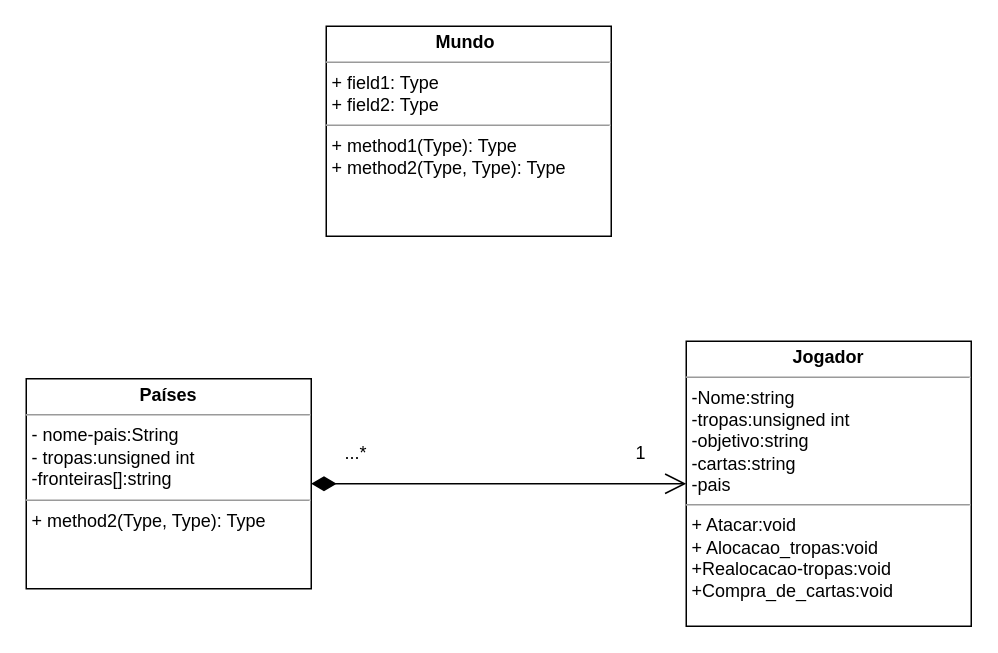
Above: Diagrama-do-Projeto.drawio in frankleitelemoscosta/War (draw.io), before the change. Source tidied: cells renumbered, new cells numbered last; positions are measured from the earlier drawing's top-left corner, leaving out a move shared by most shapes. Both pictures are drawn from the tidied source at 150%, with x=0, y=0 at pixel (26, 26).
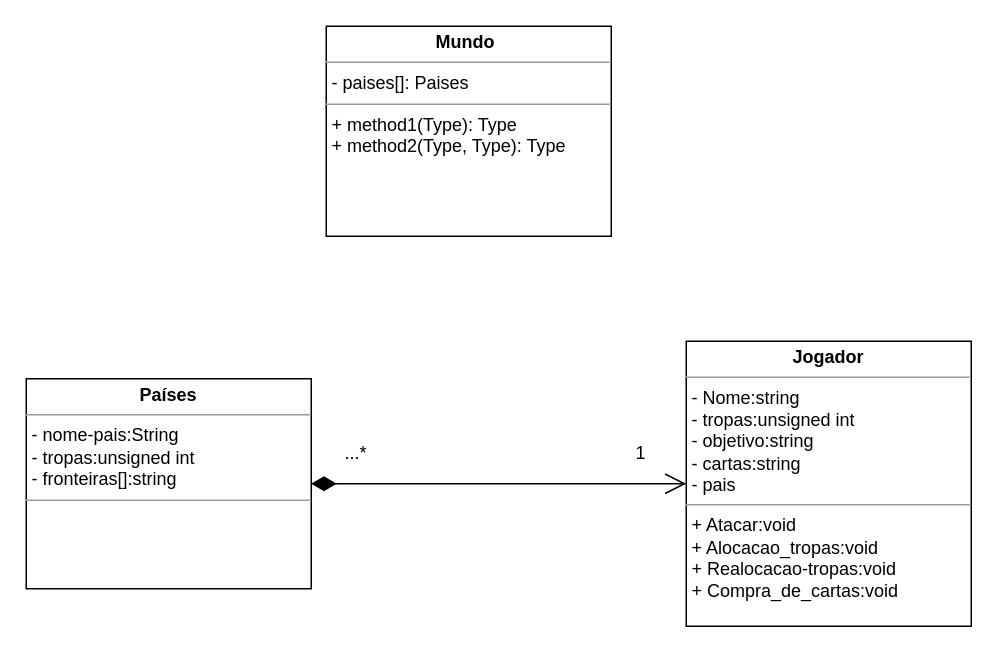
After the change.

Commit message (it also covers changes not shown here):
Adding the class jogador and class mundo in project

Change to the diagram source:
```diff
@@
 <mxGraphModel>
   <root>
     <mxCell id="0" />
     <mxCell id="1" parent="0" />
-    <mxCell id="2" value="&lt;p style=&quot;margin: 0px ; margin-top: 4px ; text-align: center&quot;&gt;&lt;b&gt;Países&lt;/b&gt;&lt;/p&gt;&lt;hr size=&quot;1&quot;&gt;&lt;p style=&quot;margin: 0px ; margin-left: 4px&quot;&gt;- nome-pais:String&lt;br&gt;- tropas:unsigned int&lt;/p&gt;&lt;p style=&quot;margin: 0px ; margin-left: 4px&quot;&gt;-fronteiras[]:string&lt;/p&gt;&lt;hr size=&quot;1&quot;&gt;&lt;p style=&quot;margin: 0px ; margin-left: 4px&quot;&gt;+ method2(Type, Type): Type&lt;/p&gt;" style="verticalAlign=top;align=left;overflow=fill;fontSize=12;fontFamily=Helvetica;html=1;" parent="1" vertex="1">
+    <mxCell id="2" value="&lt;p style=&quot;margin: 0px ; margin-top: 4px ; text-align: center&quot;&gt;&lt;b&gt;Países&lt;/b&gt;&lt;/p&gt;&lt;hr size=&quot;1&quot;&gt;&lt;p style=&quot;margin: 0px ; margin-left: 4px&quot;&gt;- nome-pais:String&lt;br&gt;- tropas:unsigned int&lt;/p&gt;&lt;p style=&quot;margin: 0px ; margin-left: 4px&quot;&gt;- fronteiras[]:string&lt;/p&gt;&lt;hr size=&quot;1&quot;&gt;&lt;p style=&quot;margin: 0px ; margin-left: 4px&quot;&gt;&lt;br&gt;&lt;/p&gt;" style="verticalAlign=top;align=left;overflow=fill;fontSize=12;fontFamily=Helvetica;html=1;" parent="1" vertex="1">
       <mxGeometry y="235" width="190" height="140" as="geometry" />
     </mxCell>
-    <mxCell id="3" value="&lt;p style=&quot;margin: 0px ; margin-top: 4px ; text-align: center&quot;&gt;&lt;b&gt;Jogador&lt;/b&gt;&lt;/p&gt;&lt;hr size=&quot;1&quot;&gt;&lt;p style=&quot;margin: 0px ; margin-left: 4px&quot;&gt;-Nome:string&lt;/p&gt;&lt;p style=&quot;margin: 0px ; margin-left: 4px&quot;&gt;-tropas:unsigned int&lt;/p&gt;&lt;p style=&quot;margin: 0px ; margin-left: 4px&quot;&gt;-objetivo:string&lt;/p&gt;&lt;p style=&quot;margin: 0px ; margin-left: 4px&quot;&gt;-cartas:string&lt;/p&gt;&lt;p style=&quot;margin: 0px ; margin-left: 4px&quot;&gt;-pais&lt;/p&gt;&lt;hr size=&quot;1&quot;&gt;&lt;p style=&quot;margin: 0px ; margin-left: 4px&quot;&gt;+ Atacar:void&lt;br&gt;+ Alocacao_tropas:void&lt;/p&gt;&lt;p style=&quot;margin: 0px ; margin-left: 4px&quot;&gt;+Realocacao-tropas:void&lt;/p&gt;&lt;p style=&quot;margin: 0px ; margin-left: 4px&quot;&gt;+Compra_de_cartas:void&lt;/p&gt;" style="verticalAlign=top;align=left;overflow=fill;fontSize=12;fontFamily=Helvetica;html=1;" parent="1" vertex="1">
+    <mxCell id="3" value="&lt;p style=&quot;margin: 0px ; margin-top: 4px ; text-align: center&quot;&gt;&lt;b&gt;Jogador&lt;/b&gt;&lt;/p&gt;&lt;hr size=&quot;1&quot;&gt;&lt;p style=&quot;margin: 0px ; margin-left: 4px&quot;&gt;- Nome:string&lt;/p&gt;&lt;p style=&quot;margin: 0px ; margin-left: 4px&quot;&gt;- tropas:unsigned int&lt;/p&gt;&lt;p style=&quot;margin: 0px ; margin-left: 4px&quot;&gt;- objetivo:string&lt;/p&gt;&lt;p style=&quot;margin: 0px ; margin-left: 4px&quot;&gt;- cartas:string&lt;/p&gt;&lt;p style=&quot;margin: 0px ; margin-left: 4px&quot;&gt;- pais&lt;/p&gt;&lt;hr size=&quot;1&quot;&gt;&lt;p style=&quot;margin: 0px ; margin-left: 4px&quot;&gt;+ Atacar:void&lt;br&gt;+ Alocacao_tropas:void&lt;/p&gt;&lt;p style=&quot;margin: 0px ; margin-left: 4px&quot;&gt;+ Realocacao-tropas:void&lt;/p&gt;&lt;p style=&quot;margin: 0px ; margin-left: 4px&quot;&gt;+ Compra_de_cartas:void&lt;/p&gt;" style="verticalAlign=top;align=left;overflow=fill;fontSize=12;fontFamily=Helvetica;html=1;" parent="1" vertex="1">
       <mxGeometry x="440" y="210" width="190" height="190" as="geometry" />
     </mxCell>
     <mxCell id="4" style="endArrow=open;html=1;endSize=12;startArrow=diamondThin;startSize=14;startFill=1;edgeStyle=orthogonalEdgeStyle;align=left;verticalAlign=bottom;exitX=1;exitY=0.5;exitDx=0;exitDy=0;entryX=0;entryY=0.5;entryDx=0;entryDy=0;" parent="1" edge="1" source="2" target="3">
       <mxGeometry x="-0.48" y="-150" relative="1" as="geometry">
         <mxPoint x="-95" y="140" as="offset" />
       </mxGeometry>
     </mxCell>
     <mxCell id="5" value="...*" style="text;html=1;strokeColor=none;fillColor=none;align=center;verticalAlign=middle;whiteSpace=wrap;rounded=0;" parent="1" vertex="1">
       <mxGeometry x="190" y="270" width="60" height="30" as="geometry" />
     </mxCell>
     <mxCell id="6" value="1" style="text;html=1;strokeColor=none;fillColor=none;align=center;verticalAlign=middle;whiteSpace=wrap;rounded=0;" parent="1" vertex="1">
       <mxGeometry x="380" y="270" width="60" height="30" as="geometry" />
     </mxCell>
-    <mxCell id="7" value="&lt;p style=&quot;margin: 0px ; margin-top: 4px ; text-align: center&quot;&gt;&lt;/p&gt;&lt;b style=&quot;text-align: center&quot;&gt;&lt;span style=&quot;white-space: pre&quot;&gt;&#9;&lt;/span&gt;&lt;span style=&quot;white-space: pre&quot;&gt;&#9;&lt;/span&gt;&amp;nbsp; &amp;nbsp; &amp;nbsp; Mundo&lt;/b&gt;&lt;hr size=&quot;1&quot;&gt;&lt;p style=&quot;margin: 0px ; margin-left: 4px&quot;&gt;+ field1: Type&lt;br&gt;+ field2: Type&lt;/p&gt;&lt;hr size=&quot;1&quot;&gt;&lt;p style=&quot;margin: 0px ; margin-left: 4px&quot;&gt;+ method1(Type): Type&lt;br&gt;+ method2(Type, Type): Type&lt;/p&gt;" style="verticalAlign=top;align=left;overflow=fill;fontSize=12;fontFamily=Helvetica;html=1;" parent="1" vertex="1">
+    <mxCell id="7" value="&lt;p style=&quot;margin: 0px ; margin-top: 4px ; text-align: center&quot;&gt;&lt;/p&gt;&lt;b style=&quot;text-align: center&quot;&gt;&lt;span style=&quot;white-space: pre&quot;&gt;&#9;&lt;/span&gt;&lt;span style=&quot;white-space: pre&quot;&gt;&#9;&lt;/span&gt;&amp;nbsp; &amp;nbsp; &amp;nbsp; Mundo&lt;/b&gt;&lt;hr size=&quot;1&quot;&gt;&lt;p style=&quot;margin: 0px ; margin-left: 4px&quot;&gt;- paises[]: Paises&lt;/p&gt;&lt;hr size=&quot;1&quot;&gt;&lt;p style=&quot;margin: 0px ; margin-left: 4px&quot;&gt;+ method1(Type): Type&lt;br&gt;+ method2(Type, Type): Type&lt;/p&gt;" style="verticalAlign=top;align=left;overflow=fill;fontSize=12;fontFamily=Helvetica;html=1;" parent="1" vertex="1">
       <mxGeometry x="200" width="190" height="140" as="geometry" />
     </mxCell>
   </root>
 </mxGraphModel>
```
